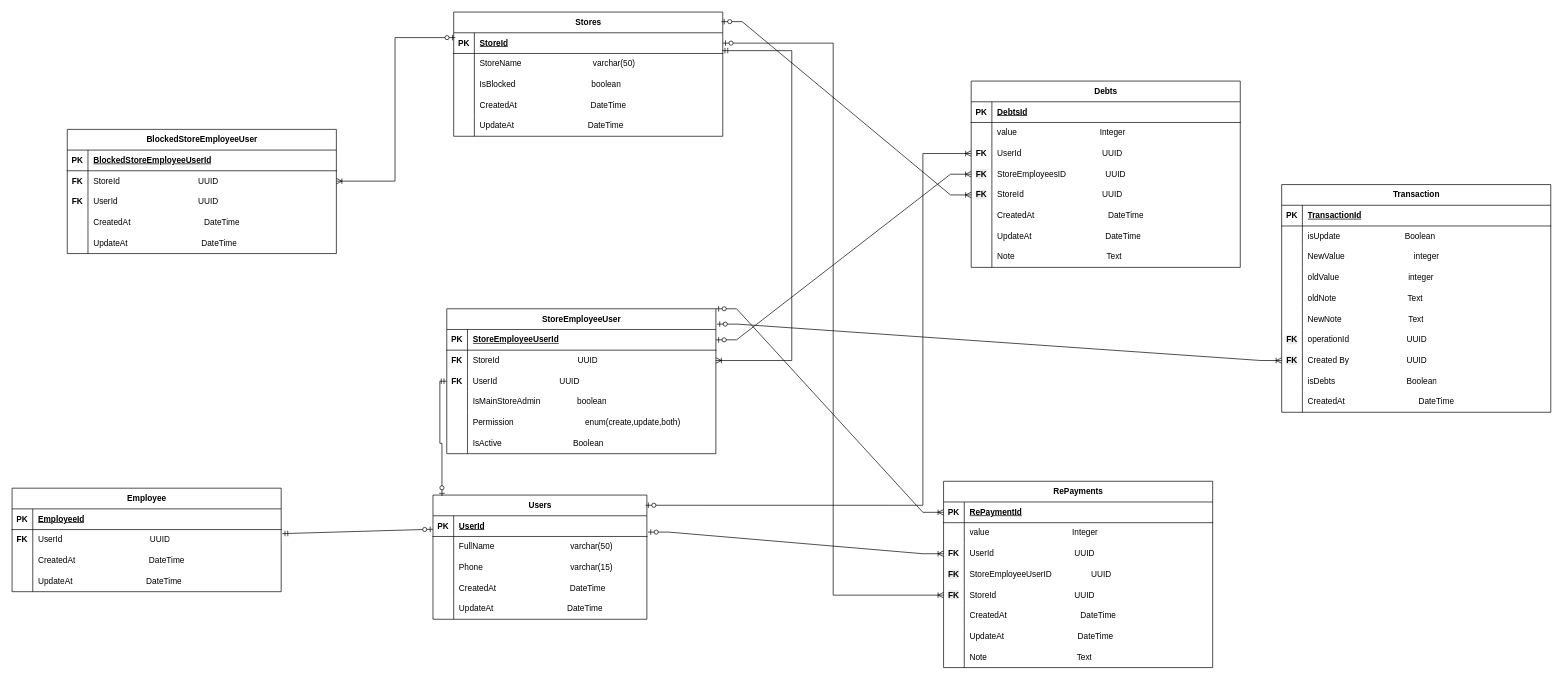
Earlier version of the draw.io diagram erd.drawio (Abdullah2100/debt-managment). Source tidied: cells renumbered, new cells numbered last; positions are measured from the earlier drawing's top-left corner, leaving out a move shared by most shapes. Both pictures are drawn from the tidied source at 69%, with x=0, y=0 at pixel (12, 12).
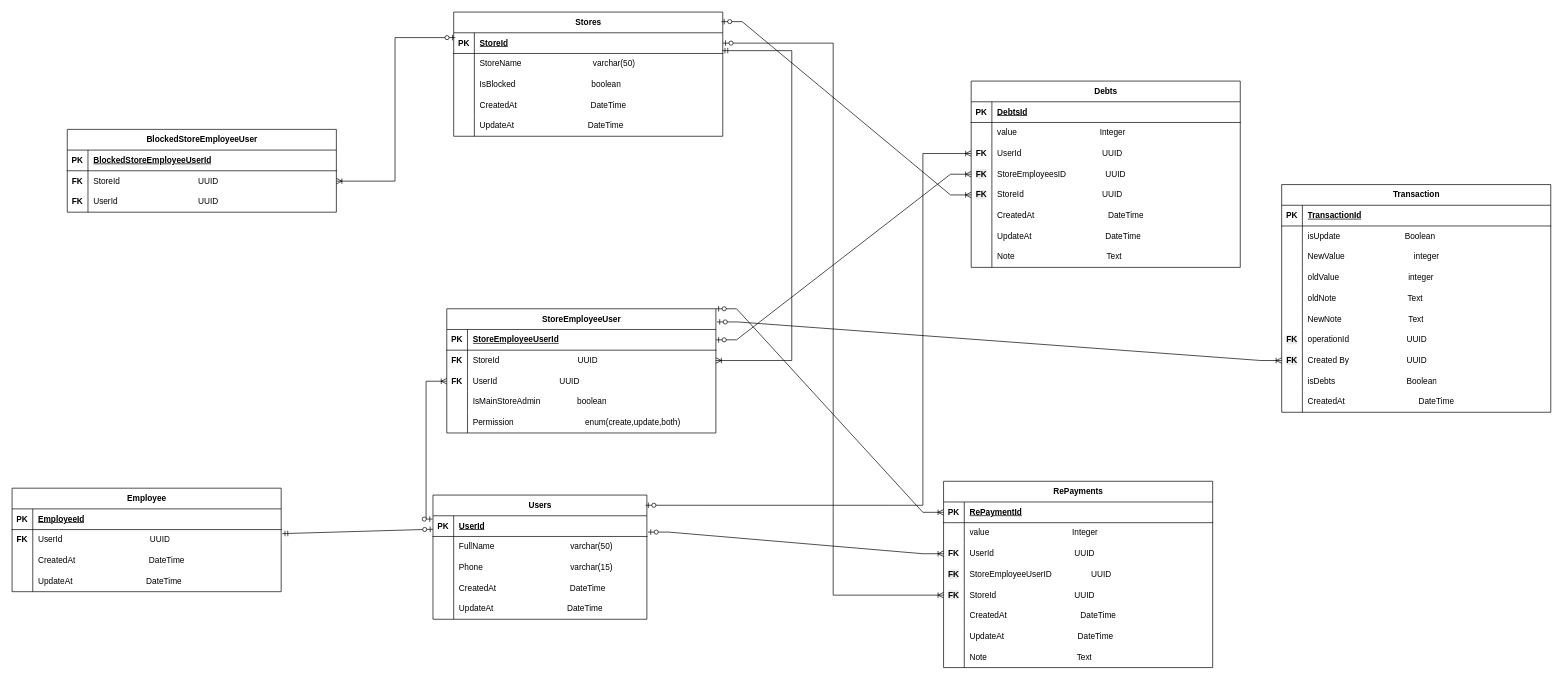
The same diagram, later.

Commit message (it also covers changes not shown here):
feat: create use case file for app operation

Unchanged cells that the change refers to:
```xml
<mxCell id="2" value="Users" style="shape=table;startSize=30;childLayout=tableLayout;rowLines=0;fontStyle=1;align=center;html=1;" parent="1" vertex="1">
  <mxGeometry x="610" y="700" width="310" height="180" as="geometry" />
</mxCell>
<mxCell id="3" style="shape=tableRow;horizontal=0;startSize=0;swimlaneHead=0;swimlaneBody=0;fillColor=none;points=[[0,0.5],[1,0.5]];portConstraint=eastwest;top=0;left=0;right=0;bottom=1;" parent="2" vertex="1">
  <mxGeometry y="30" width="310" height="30" as="geometry" />
</mxCell>
<mxCell id="38" style="shape=tableRow;horizontal=0;startSize=0;swimlaneHead=0;swimlaneBody=0;fillColor=none;points=[[0,0.5],[1,0.5]];portConstraint=eastwest;top=0;left=0;right=0;bottom=0;" parent="31" vertex="1">
  <mxGeometry y="90" width="390" height="30" as="geometry" />
</mxCell>
```

Diff of the diagram source:
```diff
@@
     <mxCell id="31" value="StoreEmployeeUser" style="shape=table;startSize=30;childLayout=tableLayout;rowLines=0;fontStyle=1;align=center;html=1;" parent="1" vertex="1">
-      <mxGeometry x="630" y="430" width="390" height="210" as="geometry" />
+      <mxGeometry x="630" y="430" width="390" height="180" as="geometry" />
     </mxCell>
@@
-    <mxCell id="47" style="shape=tableRow;horizontal=0;startSize=0;swimlaneHead=0;swimlaneBody=0;fillColor=none;top=0;left=0;right=0;bottom=0;" parent="31" vertex="1">
-      <mxGeometry y="180" width="390" height="30" as="geometry" />
-    </mxCell>
-    <mxCell id="48" style="shape=partialRectangle;fillColor=none;top=0;left=0;bottom=0;right=0;overflow=hidden;whiteSpace=wrap;html=1;" parent="47" vertex="1">
-      <mxGeometry width="30" height="30" as="geometry" />
-    </mxCell>
-    <mxCell id="49" value="IsActive&amp;nbsp; &amp;nbsp; &amp;nbsp; &amp;nbsp; &amp;nbsp; &amp;nbsp; &amp;nbsp; &amp;nbsp; &amp;nbsp; &amp;nbsp; &amp;nbsp; &amp;nbsp; &amp;nbsp; &amp;nbsp; &amp;nbsp; &amp;nbsp;Boolean" style="shape=partialRectangle;fillColor=none;top=0;left=0;bottom=0;right=0;align=left;spacingLeft=6;overflow=hidden;whiteSpace=wrap;html=1;" parent="47" vertex="1">
-      <mxGeometry x="30" width="360" height="30" as="geometry" />
-    </mxCell>
@@
+    <mxCell id="174" style="edgeStyle=orthogonalEdgeStyle;fontSize=12;html=1;endArrow=ERoneToMany;startArrow=ERzeroToOne;rounded=0;exitX=-0.002;exitY=0.159;exitDx=0;exitDy=0;exitPerimeter=0;" parent="1" edge="1" source="3" target="38">
+      <mxGeometry relative="1" as="geometry" />
+    </mxCell>
     <mxCell id="67" value="BlockedStoreEmployeeUser" style="shape=table;startSize=30;childLayout=tableLayout;rowLines=0;fontStyle=1;align=center;html=1;" parent="1" vertex="1">
-      <mxGeometry x="80" y="170" width="390" height="180" as="geometry" />
+      <mxGeometry x="80" y="170" width="390" height="120" as="geometry" />
     </mxCell>
@@
-    <mxCell id="77" style="shape=tableRow;horizontal=0;startSize=0;swimlaneHead=0;swimlaneBody=0;fillColor=none;top=0;left=0;right=0;bottom=0;" parent="67" vertex="1">
-      <mxGeometry y="120" width="390" height="30" as="geometry" />
-    </mxCell>
-    <mxCell id="78" style="shape=partialRectangle;fillColor=none;top=0;left=0;bottom=0;right=0;overflow=hidden;whiteSpace=wrap;html=1;" parent="77" vertex="1">
-      <mxGeometry width="30" height="30" as="geometry" />
-    </mxCell>
-    <mxCell id="79" value="CreatedAt&amp;nbsp; &amp;nbsp; &amp;nbsp; &amp;nbsp; &amp;nbsp; &amp;nbsp; &amp;nbsp; &amp;nbsp; &amp;nbsp; &amp;nbsp; &amp;nbsp; &amp;nbsp; &amp;nbsp; &amp;nbsp; &amp;nbsp; &amp;nbsp; DateTime" style="shape=partialRectangle;fillColor=none;top=0;left=0;bottom=0;right=0;align=left;spacingLeft=6;overflow=hidden;whiteSpace=wrap;html=1;" parent="77" vertex="1">
-      <mxGeometry x="30" width="360" height="30" as="geometry" />
-    </mxCell>
-    <mxCell id="80" style="shape=tableRow;horizontal=0;startSize=0;swimlaneHead=0;swimlaneBody=0;fillColor=none;top=0;left=0;right=0;bottom=0;" parent="67" vertex="1">
-      <mxGeometry y="150" width="390" height="30" as="geometry" />
-    </mxCell>
-    <mxCell id="81" style="shape=partialRectangle;fillColor=none;top=0;left=0;bottom=0;right=0;overflow=hidden;whiteSpace=wrap;html=1;" parent="80" vertex="1">
-      <mxGeometry width="30" height="30" as="geometry" />
-    </mxCell>
-    <mxCell id="82" value="UpdateAt&amp;nbsp; &amp;nbsp; &amp;nbsp; &amp;nbsp; &amp;nbsp; &amp;nbsp; &amp;nbsp; &amp;nbsp; &amp;nbsp; &amp;nbsp; &amp;nbsp; &amp;nbsp; &amp;nbsp; &amp;nbsp; &amp;nbsp; &amp;nbsp; DateTime" style="shape=partialRectangle;fillColor=none;top=0;left=0;bottom=0;right=0;align=left;spacingLeft=6;overflow=hidden;whiteSpace=wrap;html=1;" parent="80" vertex="1">
-      <mxGeometry x="30" width="360" height="30" as="geometry" />
-    </mxCell>
@@
-    <mxCell id="173" style="edgeStyle=orthogonalEdgeStyle;fontSize=12;html=1;endArrow=ERzeroToOne;startArrow=ERmandOne;rounded=0;entryX=0.042;entryY=0.008;entryDx=0;entryDy=0;entryPerimeter=0;" parent="1" edge="1" source="38" target="2">
-      <mxGeometry relative="1" as="geometry" />
-    </mxCell>
```
